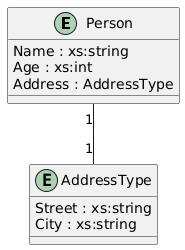
Above: docs/readme_example.png in syfds/xsd2plantuml-converter (PlantUML), before the change.
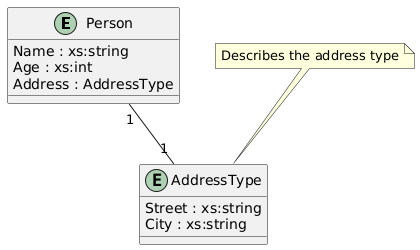
The same file after the commit.

Diff of the diagram source:
```diff
@@ -8,5 +8,8 @@
   Street : xs:string
   City : xs:string
 }
+note top of AddressType
+Describes the address type
+end note
 Person "1"--"1"AddressType
 @enduml
```
